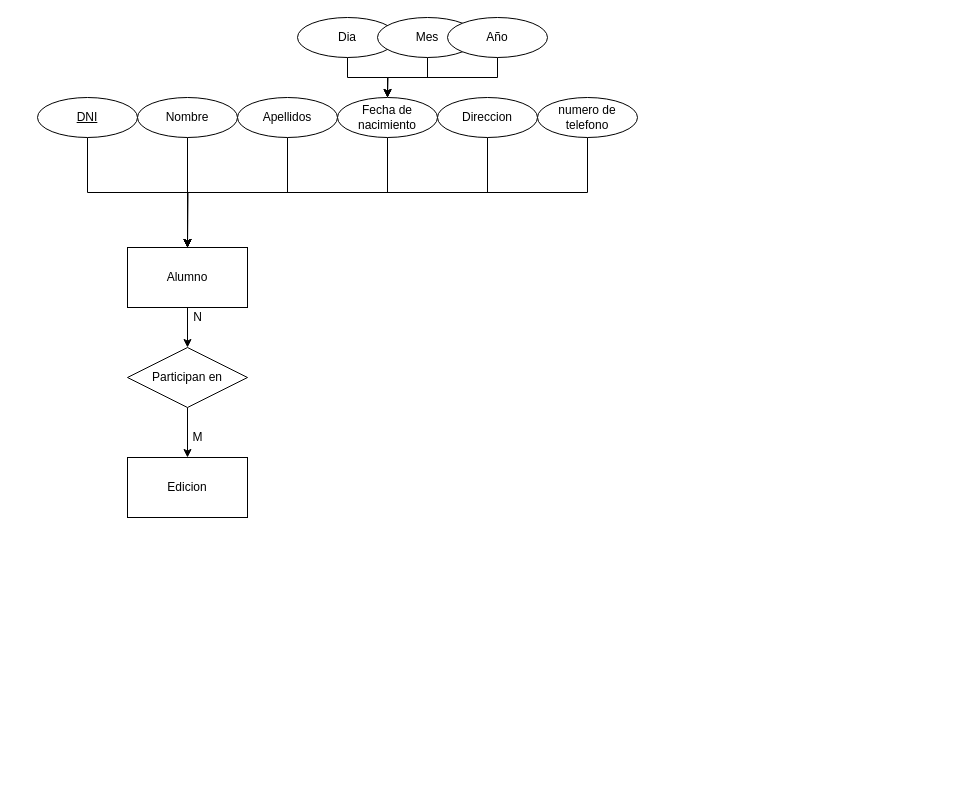
vnavacar/warm-up keeps this draw.io diagram as basesdedatos1.drawio. Above is the earlier version. Source tidied: cells renumbered, new cells numbered last; positions are measured from the earlier drawing's top-left corner, leaving out a move shared by most shapes. Both pictures are drawn from the tidied source at 100%, with x=0, y=0 at pixel (37, 17).
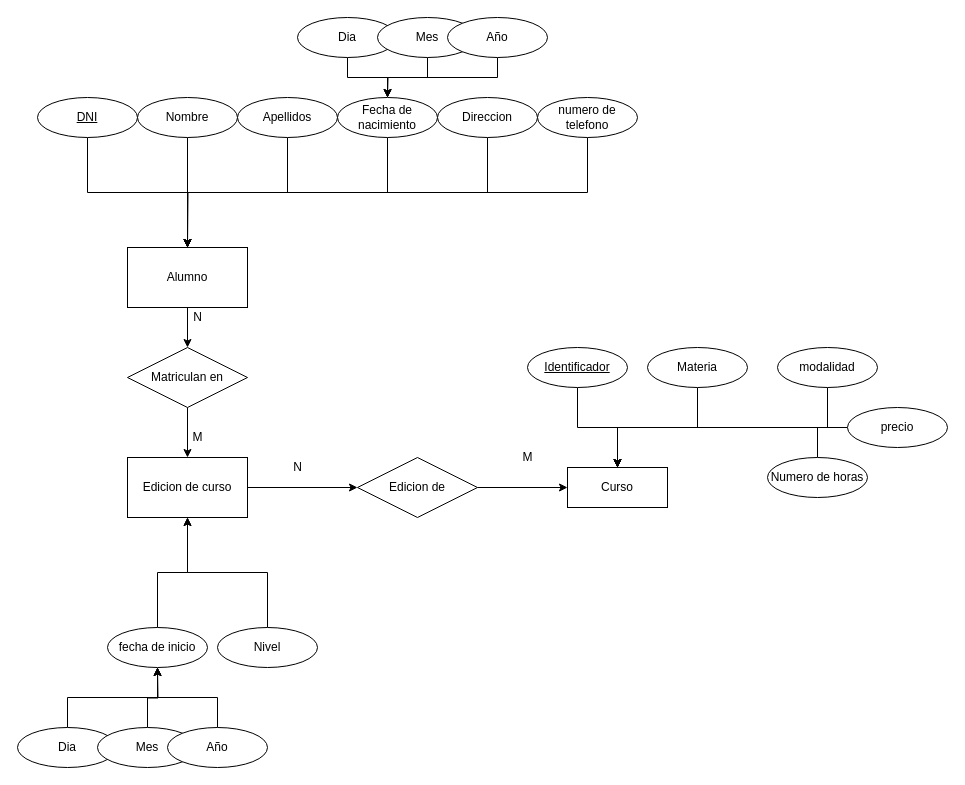
The same diagram, later.

The edit, as a diff of the source:
```diff
@@
+    <mxCell id="27" style="edgeStyle=orthogonalEdgeStyle;rounded=0;jettySize=auto;html=1;exitX=1;exitY=0.5;exitDx=0;exitDy=0;entryX=0;entryY=0.5;entryDx=0;entryDy=0;" parent="1" edge="1" source="22" target="39">
+      <mxGeometry relative="1" as="geometry" />
+    </mxCell>
-    <mxCell id="22" value="Edicion" style="whiteSpace=wrap;html=1;align=center;" parent="1" vertex="1">
+    <mxCell id="22" value="Edicion de curso" style="whiteSpace=wrap;html=1;align=center;" parent="1" vertex="1">
       <mxGeometry x="90" y="440" width="120" height="60" as="geometry" />
     </mxCell>
@@
-    <mxCell id="24" value="Participan en" style="shape=rhombus;perimeter=rhombusPerimeter;whiteSpace=wrap;html=1;align=center;" parent="1" vertex="1">
+    <mxCell id="24" value="Matriculan en" style="shape=rhombus;perimeter=rhombusPerimeter;whiteSpace=wrap;html=1;align=center;" parent="1" vertex="1">
       <mxGeometry x="90" y="330" width="120" height="60" as="geometry" />
     </mxCell>
@@
+    <mxCell id="28" style="edgeStyle=orthogonalEdgeStyle;rounded=0;jettySize=auto;html=1;exitX=0.5;exitY=0;exitDx=0;exitDy=0;entryX=0.5;entryY=1;entryDx=0;entryDy=0;" parent="1" edge="1" source="29" target="22">
+      <mxGeometry relative="1" as="geometry" />
+    </mxCell>
+    <mxCell id="29" value="fecha de inicio" style="ellipse;whiteSpace=wrap;html=1;align=center;" parent="1" vertex="1">
+      <mxGeometry x="70" y="610" width="100" height="40" as="geometry" />
+    </mxCell>
+    <mxCell id="30" style="edgeStyle=orthogonalEdgeStyle;rounded=0;jettySize=auto;html=1;exitX=0.5;exitY=0;exitDx=0;exitDy=0;entryX=0.5;entryY=1;entryDx=0;entryDy=0;" parent="1" edge="1" source="31" target="29">
+      <mxGeometry relative="1" as="geometry" />
+    </mxCell>
+    <mxCell id="31" value="Dia" style="ellipse;whiteSpace=wrap;html=1;align=center;" parent="1" vertex="1">
+      <mxGeometry x="-20" y="710" width="100" height="40" as="geometry" />
+    </mxCell>
+    <mxCell id="32" style="edgeStyle=orthogonalEdgeStyle;rounded=0;jettySize=auto;html=1;exitX=0.5;exitY=0;exitDx=0;exitDy=0;" parent="1" edge="1" source="33">
+      <mxGeometry relative="1" as="geometry">
+        <mxPoint x="120" y="650" as="targetPoint" />
+      </mxGeometry>
+    </mxCell>
+    <mxCell id="33" value="Mes" style="ellipse;whiteSpace=wrap;html=1;align=center;" parent="1" vertex="1">
+      <mxGeometry x="60" y="710" width="100" height="40" as="geometry" />
+    </mxCell>
+    <mxCell id="34" style="edgeStyle=orthogonalEdgeStyle;rounded=0;jettySize=auto;html=1;exitX=0.5;exitY=0;exitDx=0;exitDy=0;entryX=0.5;entryY=1;entryDx=0;entryDy=0;" parent="1" edge="1" source="35" target="29">
+      <mxGeometry relative="1" as="geometry" />
+    </mxCell>
+    <mxCell id="35" value="Año" style="ellipse;whiteSpace=wrap;html=1;align=center;" parent="1" vertex="1">
+      <mxGeometry x="130" y="710" width="100" height="40" as="geometry" />
+    </mxCell>
+    <mxCell id="36" style="edgeStyle=orthogonalEdgeStyle;rounded=0;jettySize=auto;html=1;exitX=0.5;exitY=0;exitDx=0;exitDy=0;entryX=0.5;entryY=1;entryDx=0;entryDy=0;" parent="1" edge="1" source="37" target="22">
+      <mxGeometry relative="1" as="geometry" />
+    </mxCell>
+    <mxCell id="37" value="Nivel" style="ellipse;whiteSpace=wrap;html=1;align=center;" parent="1" vertex="1">
+      <mxGeometry x="180" y="610" width="100" height="40" as="geometry" />
+    </mxCell>
+    <mxCell id="38" style="edgeStyle=orthogonalEdgeStyle;rounded=0;jettySize=auto;html=1;exitX=1;exitY=0.5;exitDx=0;exitDy=0;entryX=0;entryY=0.5;entryDx=0;entryDy=0;" parent="1" edge="1" source="39" target="42">
+      <mxGeometry relative="1" as="geometry" />
+    </mxCell>
+    <mxCell id="39" value="Edicion de" style="shape=rhombus;perimeter=rhombusPerimeter;whiteSpace=wrap;html=1;align=center;" parent="1" vertex="1">
+      <mxGeometry x="320" y="440" width="120" height="60" as="geometry" />
+    </mxCell>
+    <mxCell id="40" value="N" style="text;html=1;align=center;verticalAlign=middle;strokeColor=none;fillColor=none;" parent="1" vertex="1">
+      <mxGeometry x="250" y="440" width="20" height="20" as="geometry" />
+    </mxCell>
+    <mxCell id="41" value="M" style="text;html=1;align=center;verticalAlign=middle;strokeColor=none;fillColor=none;" parent="1" vertex="1">
+      <mxGeometry x="475" y="430" width="30" height="20" as="geometry" />
+    </mxCell>
+    <mxCell id="42" value="Curso" style="whiteSpace=wrap;html=1;align=center;" parent="1" vertex="1">
+      <mxGeometry x="530" y="450" width="100" height="40" as="geometry" />
+    </mxCell>
+    <mxCell id="43" style="edgeStyle=orthogonalEdgeStyle;rounded=0;jettySize=auto;html=1;exitX=0.5;exitY=1;exitDx=0;exitDy=0;entryX=0.5;entryY=0;entryDx=0;entryDy=0;" parent="1" edge="1" source="44" target="42">
+      <mxGeometry relative="1" as="geometry" />
+    </mxCell>
+    <mxCell id="44" value="Identificador" style="ellipse;whiteSpace=wrap;html=1;align=center;fontStyle=4;" parent="1" vertex="1">
+      <mxGeometry x="490" y="330" width="100" height="40" as="geometry" />
+    </mxCell>
+    <mxCell id="45" style="edgeStyle=orthogonalEdgeStyle;rounded=0;jettySize=auto;html=1;exitX=0.5;exitY=1;exitDx=0;exitDy=0;entryX=0.5;entryY=0;entryDx=0;entryDy=0;" parent="1" edge="1" source="46" target="42">
+      <mxGeometry relative="1" as="geometry" />
+    </mxCell>
+    <mxCell id="46" value="Materia" style="ellipse;whiteSpace=wrap;html=1;align=center;" parent="1" vertex="1">
+      <mxGeometry x="610" y="330" width="100" height="40" as="geometry" />
+    </mxCell>
+    <mxCell id="47" style="edgeStyle=orthogonalEdgeStyle;rounded=0;jettySize=auto;html=1;exitX=0.5;exitY=1;exitDx=0;exitDy=0;entryX=0.5;entryY=0;entryDx=0;entryDy=0;" parent="1" edge="1" source="48" target="42">
+      <mxGeometry relative="1" as="geometry" />
+    </mxCell>
+    <mxCell id="48" value="modalidad" style="ellipse;whiteSpace=wrap;html=1;align=center;" parent="1" vertex="1">
+      <mxGeometry x="740" y="330" width="100" height="40" as="geometry" />
+    </mxCell>
+    <mxCell id="49" style="edgeStyle=orthogonalEdgeStyle;rounded=0;jettySize=auto;html=1;exitX=0.5;exitY=0;exitDx=0;exitDy=0;entryX=0.5;entryY=0;entryDx=0;entryDy=0;" parent="1" edge="1" source="50" target="42">
+      <mxGeometry relative="1" as="geometry">
+        <Array as="points">
+          <mxPoint x="780" y="410" />
+          <mxPoint x="580" y="410" />
+        </Array>
+      </mxGeometry>
+    </mxCell>
+    <mxCell id="50" value="Numero de horas" style="ellipse;whiteSpace=wrap;html=1;align=center;" parent="1" vertex="1">
+      <mxGeometry x="730" y="440" width="100" height="40" as="geometry" />
+    </mxCell>
+    <mxCell id="51" style="edgeStyle=orthogonalEdgeStyle;rounded=0;jettySize=auto;html=1;exitX=0;exitY=0.5;exitDx=0;exitDy=0;entryX=0.5;entryY=0;entryDx=0;entryDy=0;" parent="1" edge="1" source="52" target="42">
+      <mxGeometry relative="1" as="geometry" />
+    </mxCell>
+    <mxCell id="52" value="precio" style="ellipse;whiteSpace=wrap;html=1;align=center;" parent="1" vertex="1">
+      <mxGeometry x="810" y="390" width="100" height="40" as="geometry" />
+    </mxCell>
```
